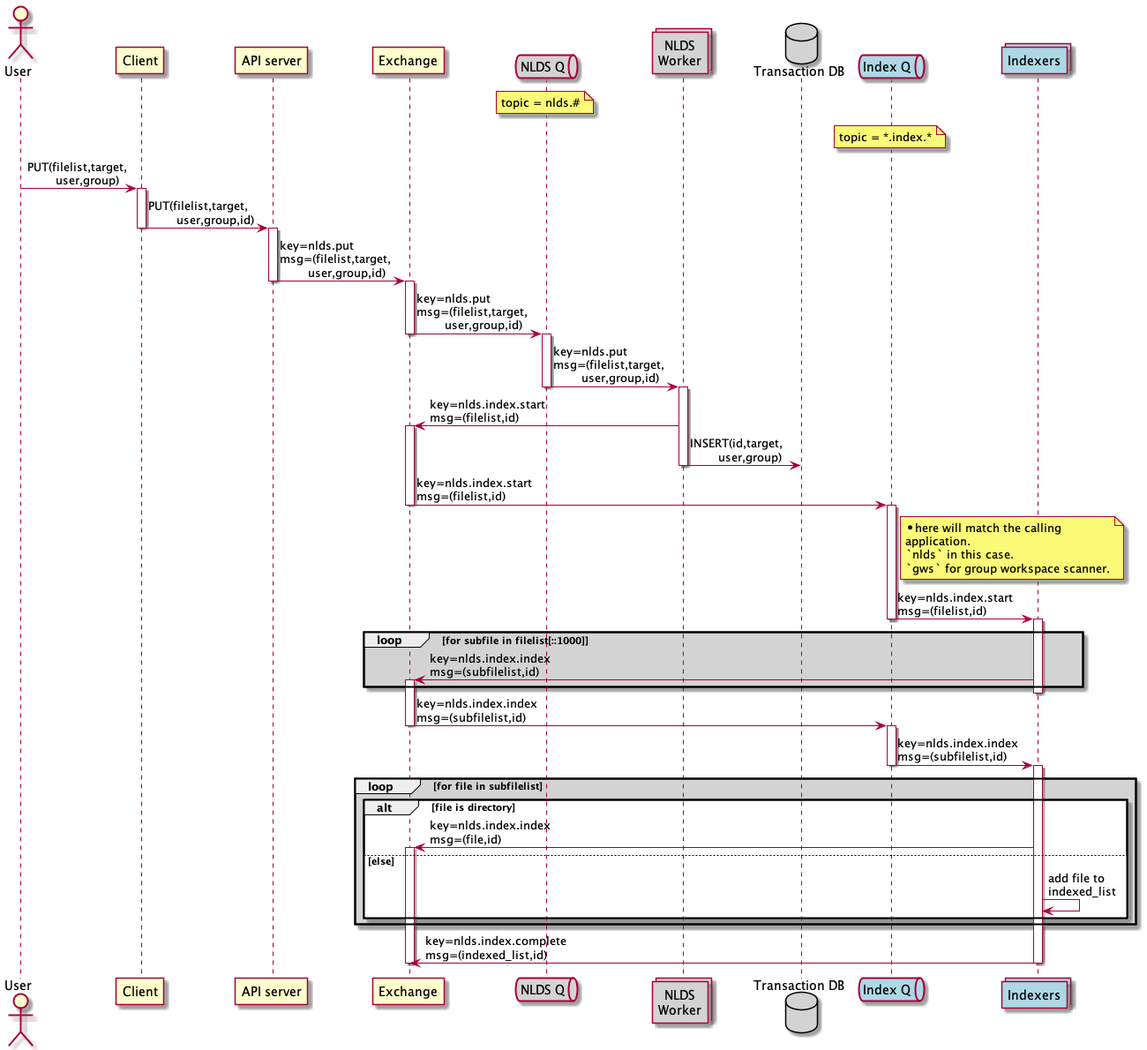
Before: doc/uml/message_flow_put.png, a diagram exported from PlantUML (cedadev/nlds).
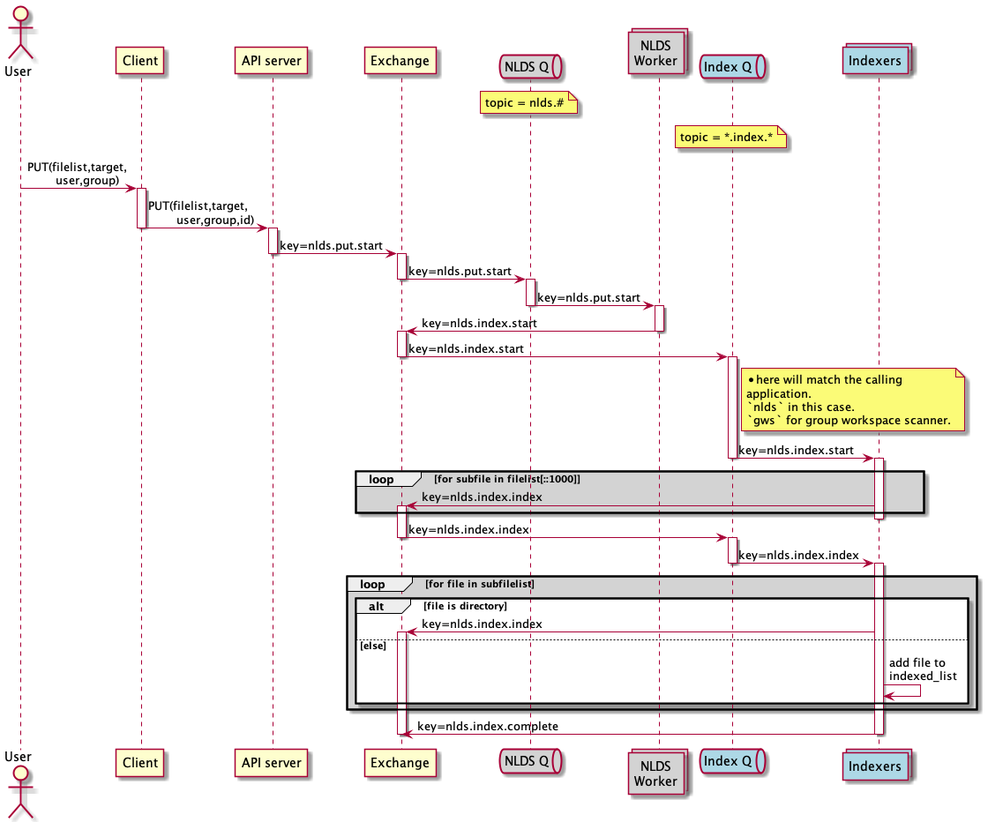
The same file after the commit.

Commit message:
Updated message formats and message flow to remove transaction DB

What changed in the source:
```diff
@@ -10,8 +10,6 @@
     topic = nlds.#
 end note
 collections work as "NLDS\nWorker" #lightgrey
-database iddb as "Transaction DB" #lightgrey
-
 queue qs as "Index Q" #lightblue
 note over qs
     topic = *.index.*
@@ -23,22 +21,22 @@
 client -> server : PUT(filelist,target,\n\tuser,group,id)
 deactivate client
 activate server
-server -> wex : key=nlds.put\nmsg=(filelist,target,\n\tuser,group,id)
+server -> wex : key=nlds.put.start
 deactivate server
 activate wex
-wex -> qw : key=nlds.put\nmsg=(filelist,target,\n\tuser,group,id)
+wex -> qw : key=nlds.put.start
 deactivate wex
 activate qw
-qw -> work : key=nlds.put\nmsg=(filelist,target,\n\tuser,group,id)
+qw -> work : key=nlds.put.start
 deactivate qw
 
 activate work
-work -> wex : key=nlds.index.start\nmsg=(filelist,id)
+work -> wex : key=nlds.index.start
+deactivate work
 activate wex
-work -> iddb : INSERT(id,target,\n\tuser,group)
-deactivate work
-wex -> qs : key=nlds.index.start\nmsg=(filelist,id)
+wex -> qs : key=nlds.index.start
 deactivate wex
+
 note right of qs
     * here will match the calling
     application.
@@ -46,29 +44,29 @@
     `gws` for group workspace scanner.
 end note
 activate qs
-qs -> index : key=nlds.index.start\nmsg=(filelist,id)
+qs -> index : key=nlds.index.start
 deactivate qs
 activate index
 loop #lightgrey for subfile in filelist[::1000]
-    index -> wex : key=nlds.index.index\nmsg=(subfilelist,id)
+    index -> wex : key=nlds.index.index
     activate wex
 end
 deactivate index
-wex -> qs : key=nlds.index.index\nmsg=(subfilelist,id)
+wex -> qs : key=nlds.index.index
 deactivate wex
 activate qs
-qs -> index : key=nlds.index.index\nmsg=(subfilelist,id)
+qs -> index : key=nlds.index.index
 deactivate qs
 activate index
 loop #lightgrey for file in subfilelist
     alt file is directory
-        index -> wex : key=nlds.index.index\nmsg=(file,id)
+        index -> wex : key=nlds.index.index
         activate wex
     else else
         index -> index : add file to\nindexed_list
     end
 end
-index -> wex : key=nlds.index.complete\nmsg=(indexed_list,id)
+index -> wex : key=nlds.index.complete
 deactivate index
 deactivate wex
 @enduml
```
